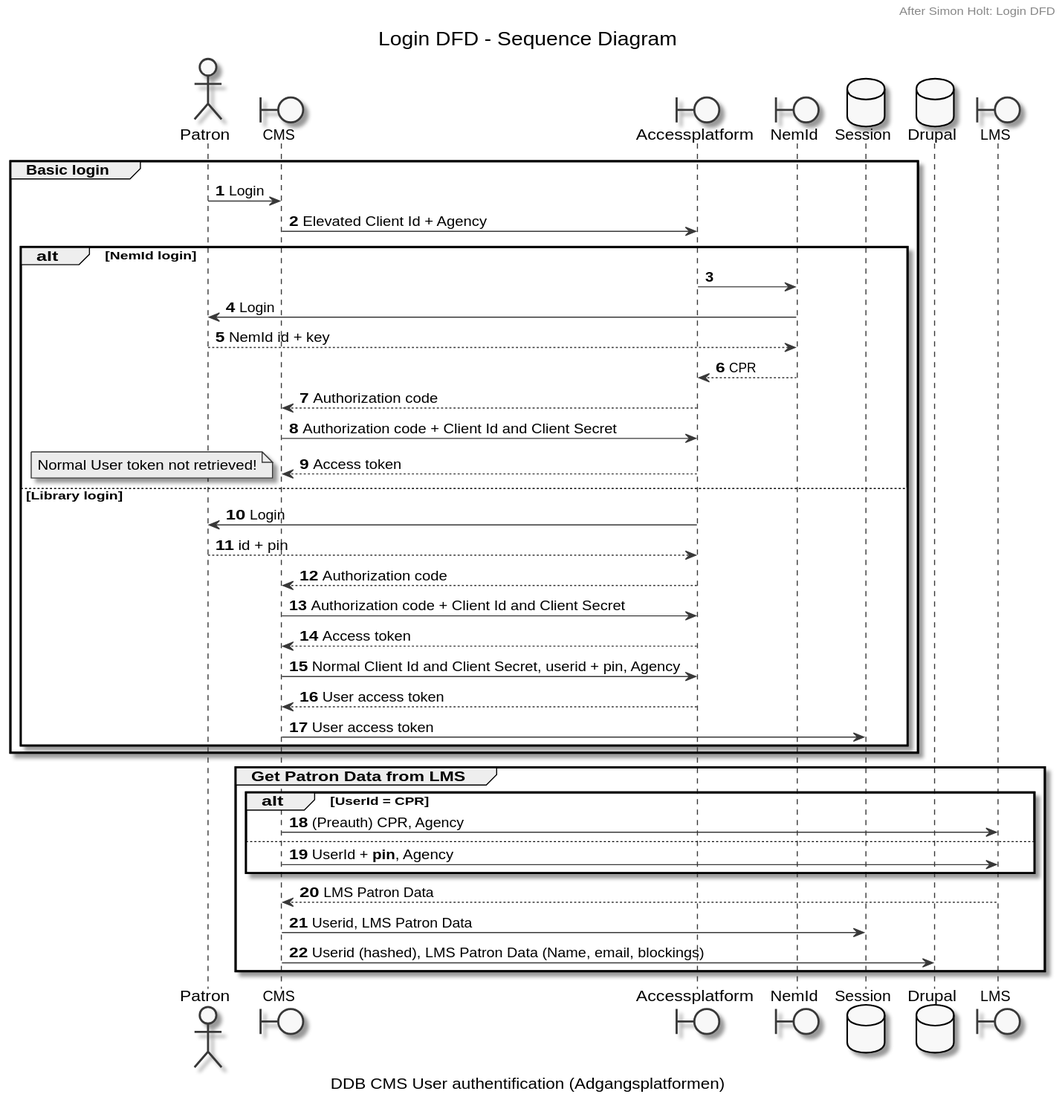
danskernesdigitalebibliotek/plantuml keeps this PlantUML diagram as docs/login-dfd.svg. Above is the earlier version. Its diagram source:
```plantuml
@startuml
title Login DFD - Sequence Diagram
header After Simon Holt: Login DFD
caption DDB CMS User authentification (Adgangsplatformen)

skinparam monochrome true
autonumber

actor "Patron" as USER
boundary CMS
boundary Accessplatform as AP
boundary NemId as NEMID
database "Session" as SESSION
database "Drupal" as DRUPAL
boundary LMS


group Basic login

    USER -> CMS: Login
    CMS -> AP: Elevated Client Id + Agency

    alt NemId login
        AP -> NEMID:
        NEMID -> USER: Login
        NEMID <-- USER: NemId id + key
        AP <-- NEMID: CPR
        CMS <-- AP: Authorization code
        CMS -> AP:  Authorization code + Client Id and Client Secret
        CMS <-- AP: Access token
        note left
            Normal User token not retrieved!
        end note
    else Library login
        AP -> USER: Login
        AP  <-- USER: id + pin
        CMS <-- AP: Authorization code
        CMS -> AP:  Authorization code + Client Id and Client Secret
        CMS <-- AP: Access token
        CMS -> AP:  Normal Client Id and Client Secret, userid + pin, Agency
        CMS <-- AP: User access token
        CMS -> SESSION: User access token

    end
end

group Get Patron Data from LMS
    alt UserId = CPR
        CMS -> LMS: (Preauth) CPR, Agency
    else
        CMS -> LMS: UserId + **~~pin~~**, Agency
    end
    CMS <-- LMS: LMS Patron Data
    CMS -> SESSION: Userid, LMS Patron Data
    CMS -> DRUPAL: Userid (hashed), LMS Patron Data (Name, email, blockings)
end
@enduml
```
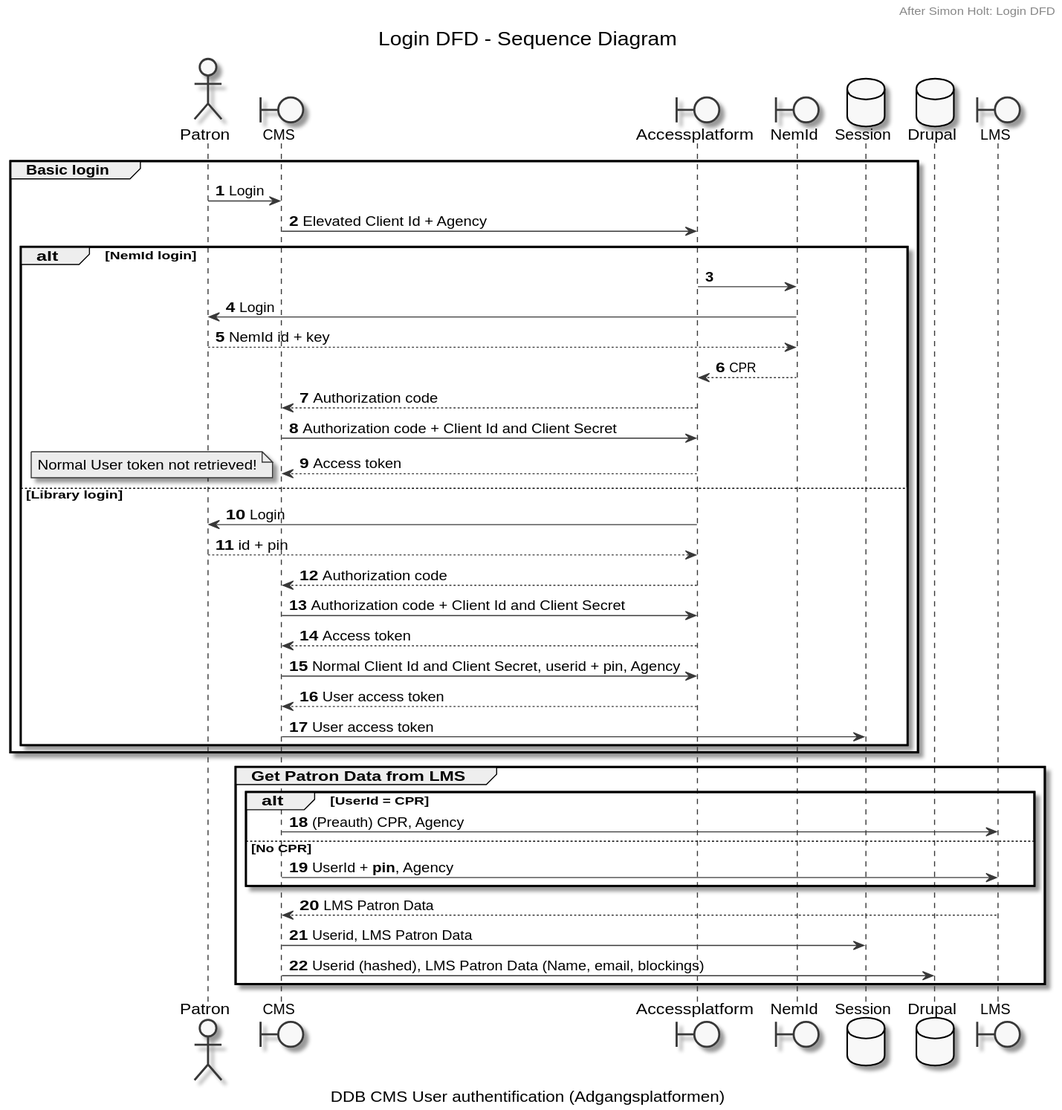
Above is the later version.

Diff of the diagram source:
```diff
@@ -47,7 +47,7 @@
 group Get Patron Data from LMS
     alt UserId = CPR
         CMS -> LMS: (Preauth) CPR, Agency
-    else
+    else No CPR
         CMS -> LMS: UserId + **~~pin~~**, Agency
     end
     CMS <-- LMS: LMS Patron Data
```
